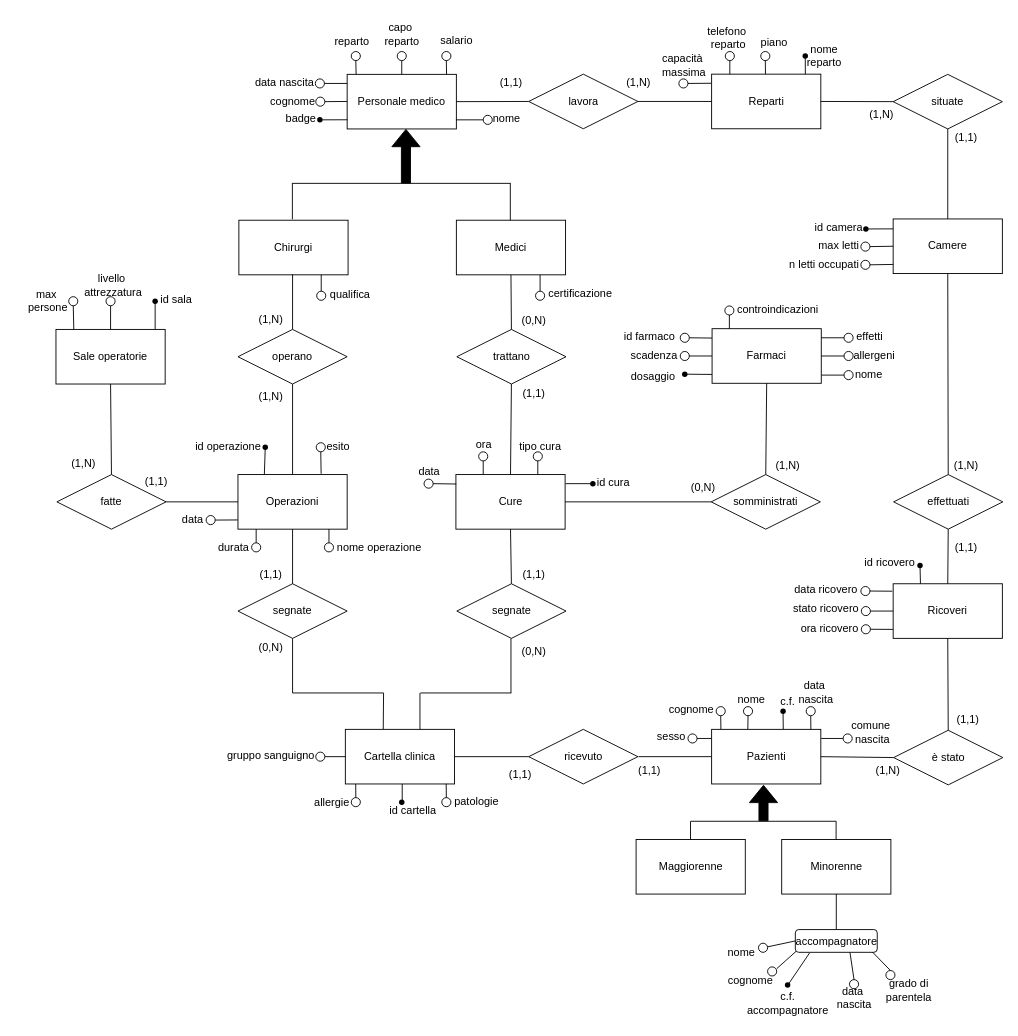
Earlier version of the draw.io diagram ER-conc.drawio (MicheleDioli/UniPD-database-project-2024). Source tidied: cells renumbered, new cells numbered last; positions are measured from the earlier drawing's top-left corner, leaving out a move shared by most shapes. Both pictures are drawn from the tidied source at 91%, with x=0, y=0 at pixel (15, 15).
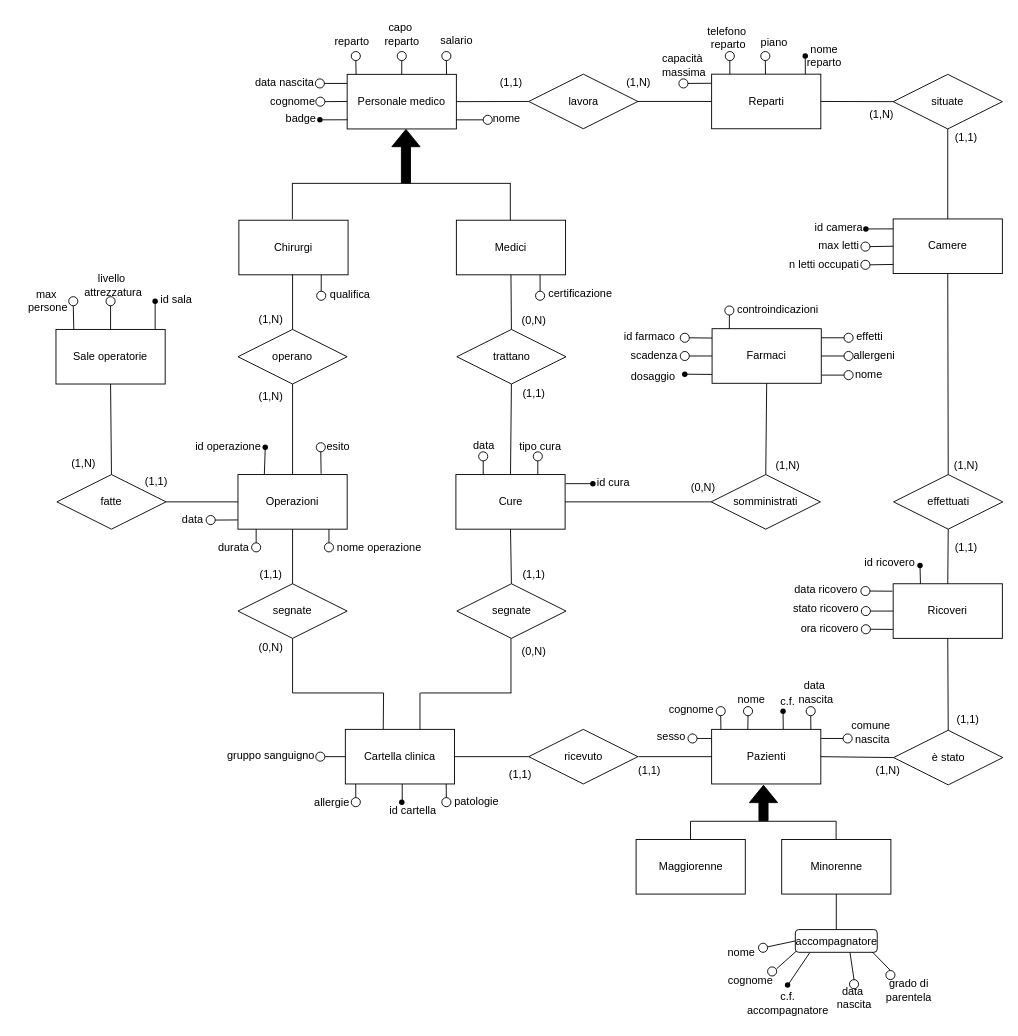
Above is the later version.

The change refers to these unchanged cells:
```xml
<mxCell id="132" value="Cure" style="rounded=0;whiteSpace=wrap;html=1;" parent="1" vertex="1">
  <mxGeometry x="483.5" y="504" width="120" height="60" as="geometry" />
</mxCell>
```

The edit, as a diff of the source:
```diff
@@
-    <mxCell id="134" value="ora" style="text;html=1;align=center;verticalAlign=middle;strokeColor=none;fillColor=none;" parent="1" vertex="1">
-      <mxGeometry x="493.5" y="456" width="40" height="30" as="geometry" />
-    </mxCell>
@@
-    <mxCell id="181" style="ellipse;whiteSpace=wrap;html=1;" parent="1" vertex="1">
-      <mxGeometry x="448.5" y="509" width="10" height="10" as="geometry" />
-    </mxCell>
@@
     <mxCell id="188" value="data" style="text;html=1;align=center;verticalAlign=middle;strokeColor=none;fillColor=none;" parent="1" vertex="1">
-      <mxGeometry x="429" y="486" width="50" height="30" as="geometry" />
+      <mxGeometry x="488.5" y="457" width="50" height="30" as="geometry" />
     </mxCell>
@@
-    <mxCell id="219" style="endArrow=none;html=1;rounded=0;exitX=1;exitY=0.5;exitDx=0;exitDy=0;entryX=0.003;entryY=0.173;entryDx=0;entryDy=0;entryPerimeter=0;" parent="1" edge="1" source="181" target="132">
-      <mxGeometry relative="1" as="geometry" />
-    </mxCell>
```
